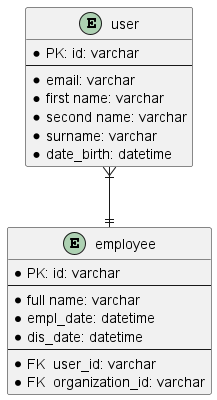
The PlantUML diagram documentation/er-diagram/diagram/employee.png in VictoriaKh-T/Payslip_platform, before a commit. Its diagram source:
```plantuml
@startuml

entity "employee" as empl {
* PK: id: varchar
--
* full name: varchar
* empl_date: datetime
* dis_date: datetime
--
 * FK  user_id: varchar
 * FK  organization_id: varchar
}

entity "user" as u {
* PK: id: varchar
--
* email: varchar
* first name: varchar
* second name: varchar
* surname: varchar
* date_birth: datetime
}

u  }|--|| empl

@enduml
```
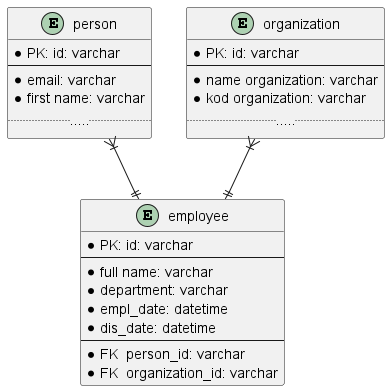
Above is the later version.

Diff of the diagram source:
```diff
@@ -4,23 +4,31 @@
 * PK: id: varchar
 --
 * full name: varchar
+* department: varchar
 * empl_date: datetime
 * dis_date: datetime
 --
- * FK  user_id: varchar
+ * FK  person_id: varchar
  * FK  organization_id: varchar
 }
 
-entity "user" as u {
+entity "person" as u {
 * PK: id: varchar
 --
 * email: varchar
 * first name: varchar
-* second name: varchar
-* surname: varchar
-* date_birth: datetime
+.........
+}
+
+entity "organization" as o {
+* PK: id: varchar
+--
+* name organization: varchar
+* kod organization: varchar
+.........
 }
 
 u  }|--|| empl
 
+o  }|--|| empl
 @enduml
```
